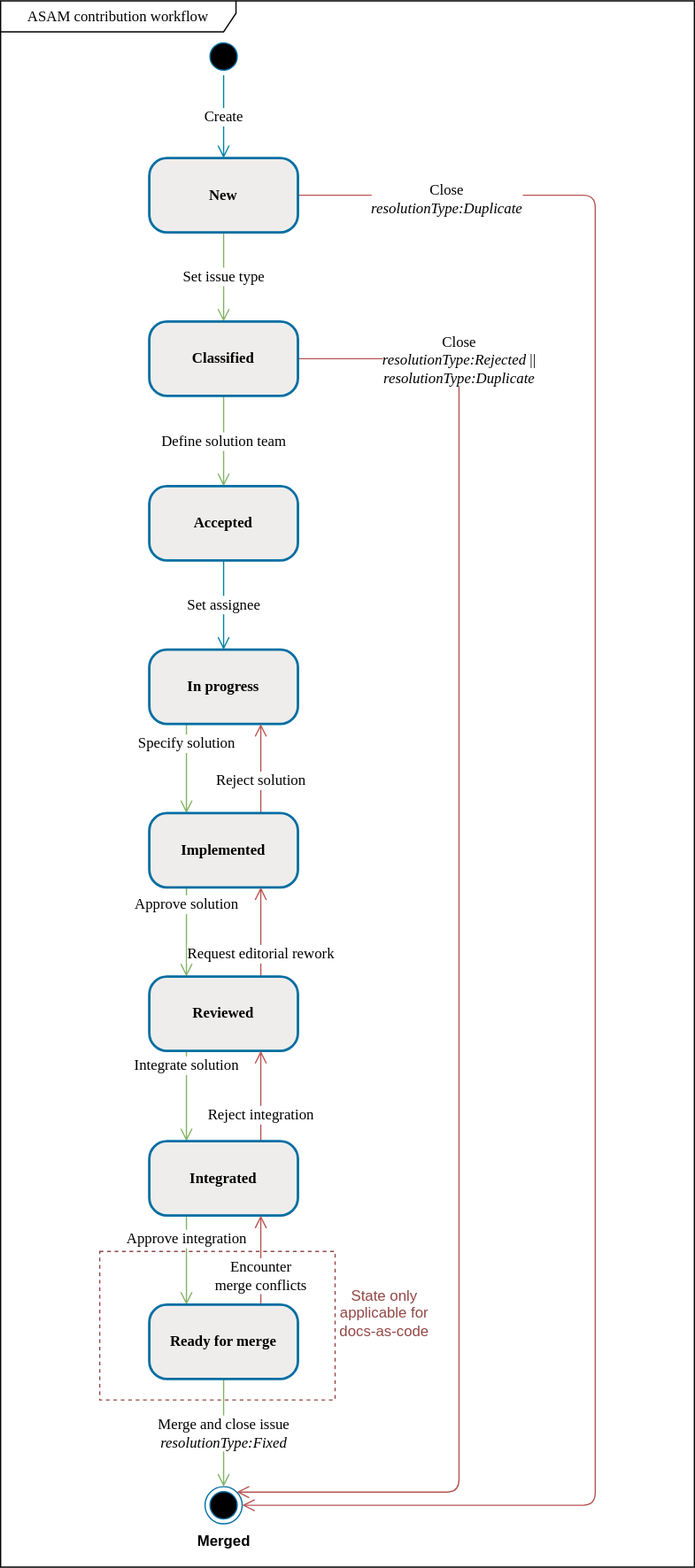
Before: content/modules/tour_guide/assets/images/workflow/asam_contribution_workflow-StateDiagram.drawio.svg, a diagram exported from draw.io (asam-ev/asam-project-guide-content). Source tidied: cells renumbered, new cells last; positions are measured from the earlier drawing's top-left corner, leaving out a move shared by most shapes.
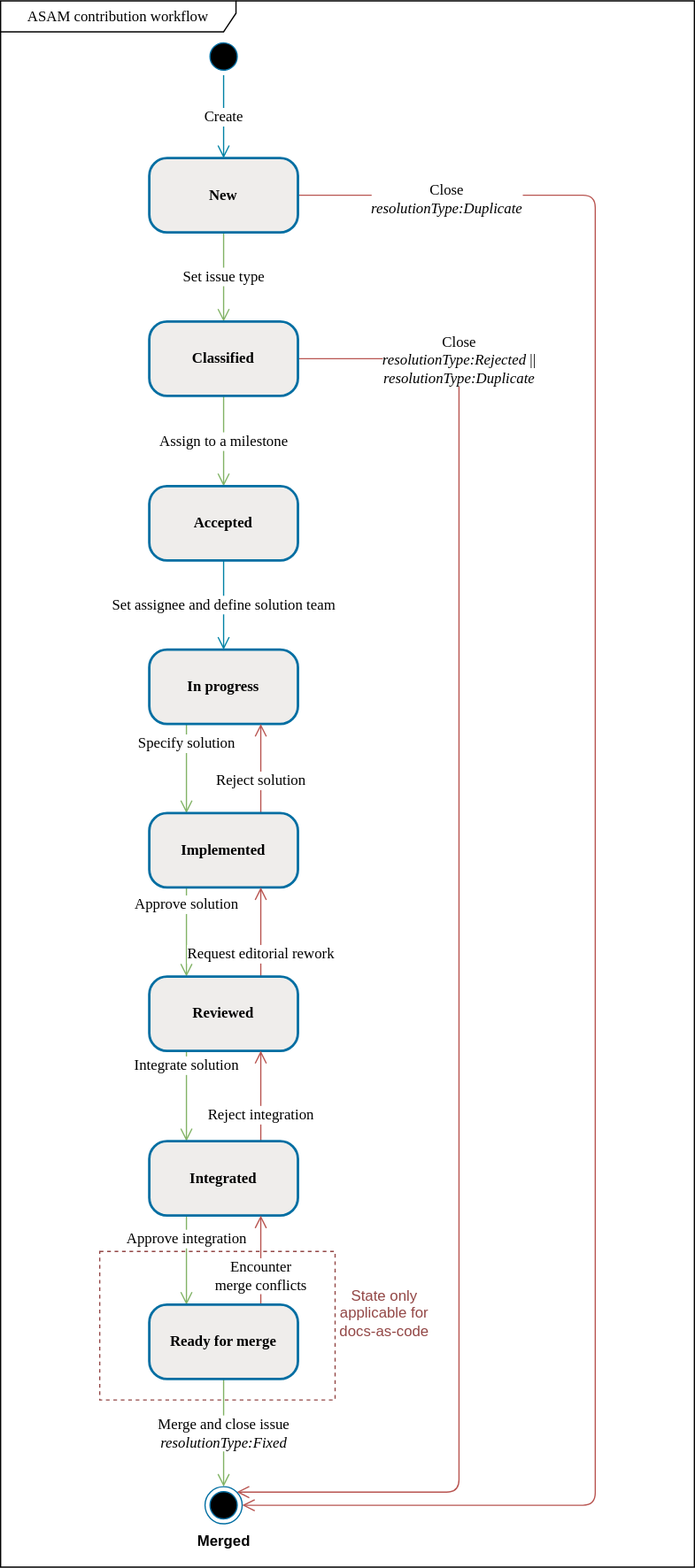
After the commit.

Diff of the diagram source:
```diff
@@ -25,8 +25,8 @@
     <mxCell id="7" value="Create" style="edgeStyle=orthogonalEdgeStyle;html=1;labelBackgroundColor=default;endArrow=open;endSize=8;strokeColor=#0082A5;fontFamily=Verdana;fontSize=12;align=center;" parent="1" edge="1" source="3" target="6">
       <mxGeometry relative="1" as="geometry" />
     </mxCell>
-    <mxCell id="8" value="Define solution team" style="edgeStyle=orthogonalEdgeStyle;rounded=1;jettySize=auto;html=1;labelBackgroundColor=default;endArrow=open;fontSize=12;fontFamily=Verdana;align=center;strokeColor=#82b366;endSize=8;exitX=0.5;exitY=1;exitDx=0;exitDy=0;entryX=0.5;entryY=0;entryDx=0;entryDy=0;fillColor=#d5e8d4;" parent="1" edge="1" source="10" target="12">
-      <mxGeometry relative="1" as="geometry" />
+    <mxCell id="8" value="Assign to a milestone" style="edgeStyle=orthogonalEdgeStyle;rounded=1;jettySize=auto;html=1;labelBackgroundColor=default;endArrow=open;fontSize=12;fontFamily=Verdana;align=center;strokeColor=#82b366;endSize=8;exitX=0.5;exitY=1;exitDx=0;exitDy=0;entryX=0.5;entryY=0;entryDx=0;entryDy=0;fillColor=#d5e8d4;" parent="1" edge="1" source="10" target="12">
+      <mxGeometry x="0.01" relative="1" as="geometry" />
     </mxCell>
     <mxCell id="9" value="Close&lt;br&gt;&lt;i&gt;resolutionType:Rejected&lt;/i&gt; ||&lt;br&gt;&lt;i&gt;resolutionType:Duplicate&lt;/i&gt;" style="edgeStyle=orthogonalEdgeStyle;rounded=1;jettySize=auto;html=1;exitX=1;exitY=0.5;exitDx=0;exitDy=0;entryX=1;entryY=0;entryDx=0;entryDy=0;strokeColor=#b85450;endArrow=open;endFill=0;fontSize=12;fontFamily=Verdana;endSize=8;fillColor=#f8cecc;" parent="1" edge="1" source="10" target="27">
       <mxGeometry x="-0.79" relative="1" as="geometry">
@@ -39,7 +39,7 @@
     <mxCell id="10" value="Classified" style="rounded=1;whiteSpace=wrap;html=1;arcSize=24;fillColor=#EFEDEB;strokeColor=#006EA2;shadow=0;comic=0;labelBackgroundColor=none;fontFamily=Verdana;fontSize=12;fontColor=#000000;align=center;strokeWidth=2;fontStyle=1;" parent="1" vertex="1">
       <mxGeometry x="120" y="259" width="120" height="60" as="geometry" />
     </mxCell>
-    <mxCell id="11" value="Set assignee" style="edgeStyle=orthogonalEdgeStyle;rounded=1;jettySize=auto;html=1;labelBackgroundColor=default;endArrow=open;fontSize=12;fontFamily=Verdana;align=center;strokeColor=#0082A5;endSize=8;entryX=0.5;entryY=0;entryDx=0;entryDy=0;" parent="1" edge="1" source="12" target="14">
+    <mxCell id="11" value="Set assignee and define solution team" style="edgeStyle=orthogonalEdgeStyle;rounded=1;jettySize=auto;html=1;labelBackgroundColor=default;endArrow=open;fontSize=12;fontFamily=Verdana;align=center;strokeColor=#0082A5;endSize=8;entryX=0.5;entryY=0;entryDx=0;entryDy=0;" parent="1" edge="1" source="12" target="14">
       <mxGeometry relative="1" as="geometry" />
     </mxCell>
     <mxCell id="12" value="Accepted" style="rounded=1;whiteSpace=wrap;html=1;arcSize=24;fillColor=#EFEDEB;strokeColor=#006EA2;shadow=0;comic=0;labelBackgroundColor=none;fontFamily=Verdana;fontSize=12;fontColor=#000000;align=center;strokeWidth=2;fontStyle=1;" parent="1" vertex="1">
```
